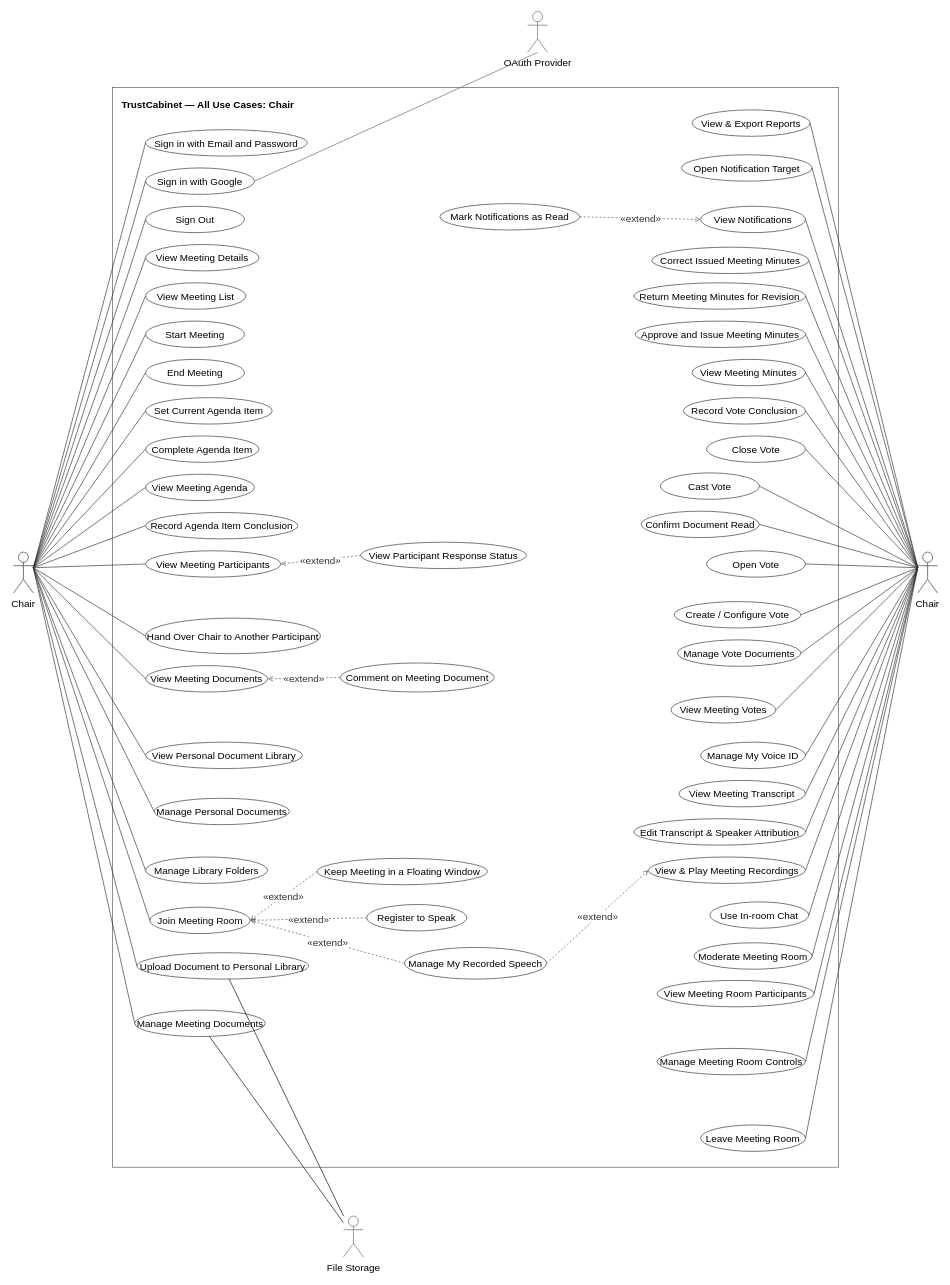
Before: page "Chair" (4 of 7) of docs/14-uc-diagram/trustcabinet-use-cases.drawio in callmehai/FU-FA26-G116, a draw.io diagram. Source tidied: cells renumbered, new cells numbered last; positions are measured from the earlier drawing's top-left corner, leaving out a move shared by most shapes. Both pictures are drawn from the tidied source at 66%, with x=0, y=0 at pixel (13, 11).
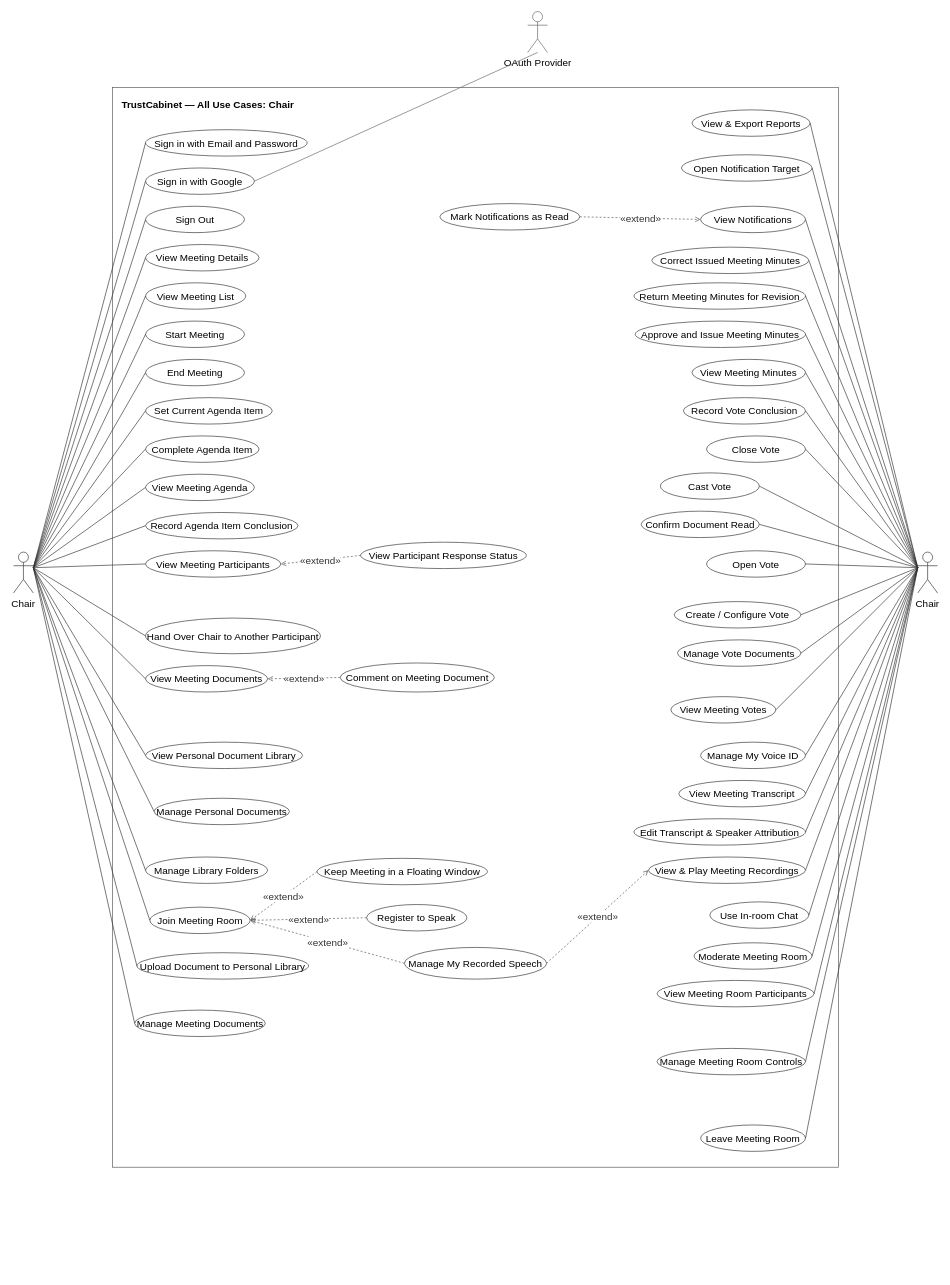
Above is the later version.

The change refers to these unchanged cells:
```xml
<mxCell id="22" value="Manage Meeting Documents" style="ellipse;whiteSpace=wrap;html=1;align=center;verticalAlign=middle;fontSize=15;strokeColor=#333333;fillColor=#ffffff;" parent="1" vertex="1">
  <mxGeometry x="183.5" y="1513" width="198" height="40" as="geometry" />
</mxCell>
<mxCell id="38" value="Upload Document to Personal Library" style="ellipse;whiteSpace=wrap;html=1;align=center;verticalAlign=middle;fontSize=15;strokeColor=#333333;fillColor=#ffffff;" parent="1" vertex="1">
  <mxGeometry x="187" y="1426" width="260" height="40" as="geometry" />
</mxCell>
```

The edit, as a diff of the source:
```diff
@@
-    <mxCell id="56" style="rounded=0;jettySize=auto;html=1;endArrow=none;endFill=0;fontSize=15;" parent="1" edge="1" source="58" target="22">
-      <mxGeometry relative="1" as="geometry" />
-    </mxCell>
-    <mxCell id="57" style="rounded=0;jettySize=auto;html=1;endArrow=none;endFill=0;fontSize=15;" parent="1" edge="1" source="58" target="38">
-      <mxGeometry relative="1" as="geometry" />
-    </mxCell>
-    <mxCell id="58" value="File Storage" style="shape=umlActor;verticalLabelPosition=bottom;verticalAlign=top;html=1;outlineConnect=0;fillColor=#ffffff;strokeColor=#666666;fontSize=15;" parent="1" vertex="1">
-      <mxGeometry x="500" y="1825" width="30" height="62" as="geometry" />
-    </mxCell>
```
